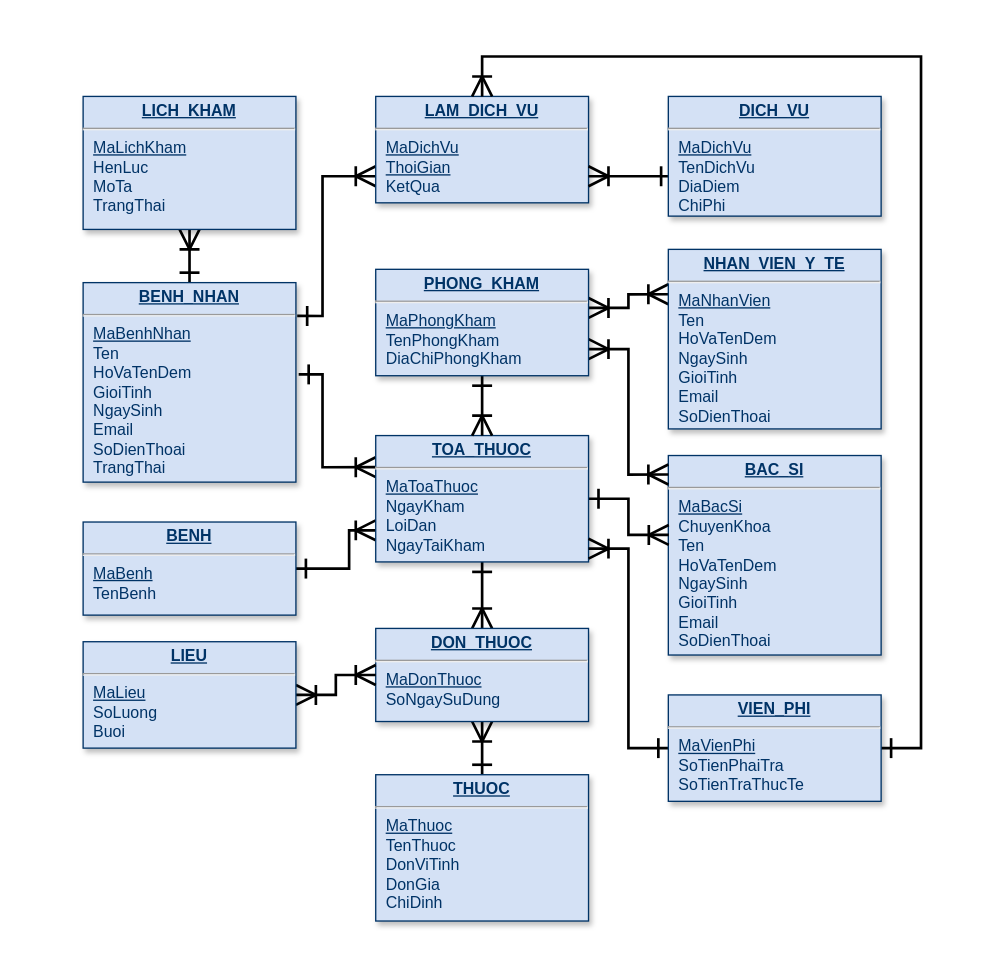
nguyentrung194/trungDev keeps this draw.io diagram as Untitled Diagram.drawio. Above is the earlier version. Source tidied: cells renumbered, new cells numbered last; positions are measured from the earlier drawing's top-left corner, leaving out a move shared by most shapes. Both pictures are drawn from the tidied source at 133%, with x=0, y=0 at pixel (82, 96).
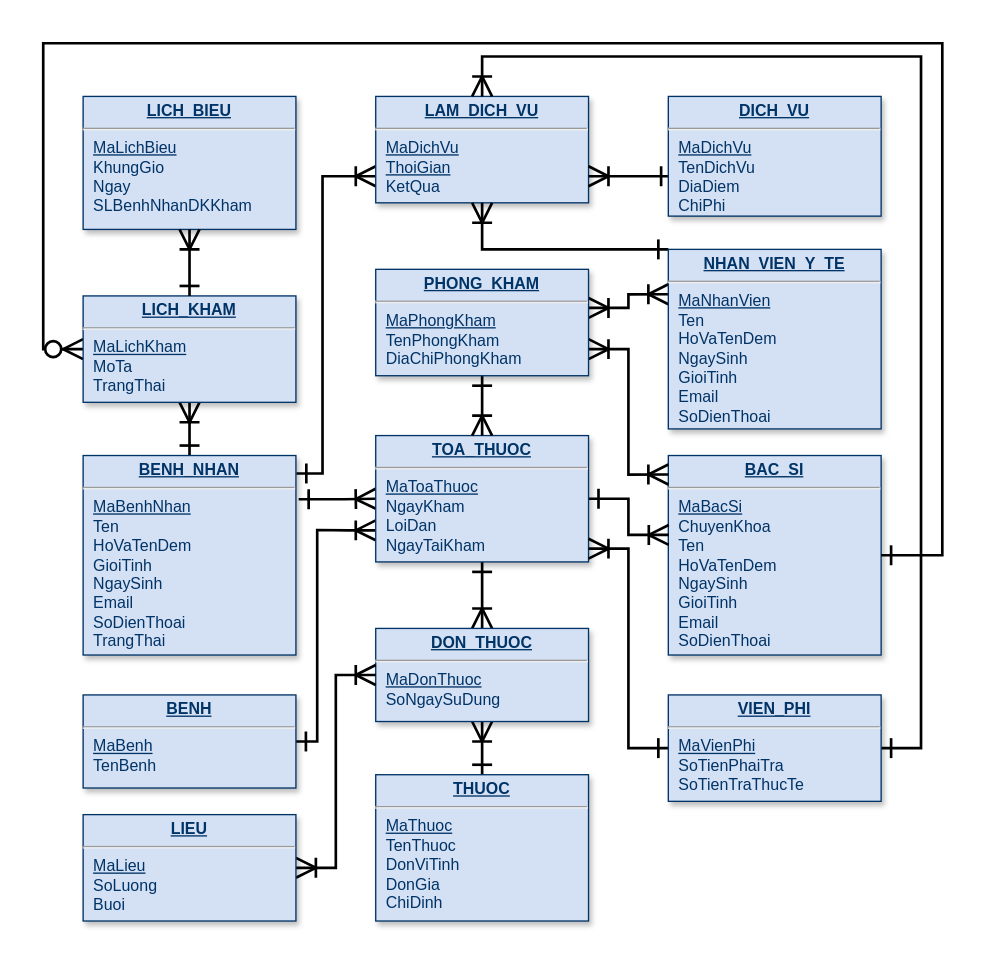
The same page after the edit.

The change refers to these unchanged cells:
```xml
<mxCell id="2" value="&lt;p style=&quot;margin: 0px ; margin-top: 4px ; text-align: center ; text-decoration: underline&quot;&gt;&lt;b&gt;BAC_SI&lt;/b&gt;&lt;/p&gt;&lt;hr&gt;&lt;p style=&quot;margin: 0px ; margin-left: 8px&quot;&gt;&lt;u&gt;MaBacSi&lt;/u&gt;&lt;/p&gt;&lt;p style=&quot;margin: 0px ; margin-left: 8px&quot;&gt;ChuyenKhoa&lt;/p&gt;&lt;p style=&quot;margin: 0px ; margin-left: 8px&quot;&gt;Ten&lt;/p&gt;&lt;p style=&quot;margin: 0px ; margin-left: 8px&quot;&gt;HoVaTenDem&lt;/p&gt;&lt;p style=&quot;margin: 0px ; margin-left: 8px&quot;&gt;NgaySinh&lt;/p&gt;&lt;p style=&quot;margin: 0px ; margin-left: 8px&quot;&gt;GioiTinh&lt;/p&gt;&lt;p style=&quot;margin: 0px ; margin-left: 8px&quot;&gt;Email&lt;/p&gt;&lt;p style=&quot;margin: 0px ; margin-left: 8px&quot;&gt;SoDienThoai&lt;/p&gt;" style="verticalAlign=top;align=left;overflow=fill;fontSize=12;fontFamily=Helvetica;html=1;strokeColor=#003366;shadow=1;fillColor=#D4E1F5;fontColor=#003366;" parent="1" vertex="1">
  <mxGeometry x="440" y="270" width="160" height="150" as="geometry" />
</mxCell>
<mxCell id="10" value="&lt;p style=&quot;margin: 0px ; margin-top: 4px ; text-align: center ; text-decoration: underline&quot;&gt;&lt;b&gt;TOA_THUOC&lt;/b&gt;&lt;/p&gt;&lt;hr&gt;&lt;p style=&quot;margin: 0px ; margin-left: 8px&quot;&gt;&lt;u&gt;MaToaThuoc&lt;/u&gt;&lt;/p&gt;&lt;p style=&quot;margin: 0px ; margin-left: 8px&quot;&gt;NgayKham&lt;/p&gt;&lt;p style=&quot;margin: 0px ; margin-left: 8px&quot;&gt;LoiDan&lt;/p&gt;&lt;p style=&quot;margin: 0px ; margin-left: 8px&quot;&gt;NgayTaiKham&lt;/p&gt;" style="verticalAlign=top;align=left;overflow=fill;fontSize=12;fontFamily=Helvetica;html=1;strokeColor=#003366;shadow=1;fillColor=#D4E1F5;fontColor=#003366;" parent="1" vertex="1">
  <mxGeometry x="220" y="255" width="160" height="95" as="geometry" />
</mxCell>
<mxCell id="16" value="&lt;p style=&quot;margin: 0px ; margin-top: 4px ; text-align: center ; text-decoration: underline&quot;&gt;&lt;b&gt;LAM_DICH_VU&lt;/b&gt;&lt;/p&gt;&lt;hr&gt;&lt;p style=&quot;margin: 0px ; margin-left: 8px&quot;&gt;&lt;u&gt;MaDichVu&lt;/u&gt;&lt;/p&gt;&lt;p style=&quot;margin: 0px ; margin-left: 8px&quot;&gt;&lt;u&gt;ThoiGian&lt;/u&gt;&lt;/p&gt;&lt;p style=&quot;margin: 0px ; margin-left: 8px&quot;&gt;KetQua&lt;/p&gt;&lt;p style=&quot;margin: 0px ; margin-left: 8px&quot;&gt;&lt;br&gt;&lt;/p&gt;" style="verticalAlign=top;align=left;overflow=fill;fontSize=12;fontFamily=Helvetica;html=1;strokeColor=#003366;shadow=1;fillColor=#D4E1F5;fontColor=#003366;" parent="1" vertex="1">
  <mxGeometry x="220" width="160" height="80" as="geometry" />
</mxCell>
<mxCell id="19" value="&lt;p style=&quot;margin: 0px ; margin-top: 4px ; text-align: center ; text-decoration: underline&quot;&gt;&lt;b&gt;NHAN_VIEN_Y_TE&lt;/b&gt;&lt;/p&gt;&lt;hr&gt;&lt;p style=&quot;margin: 0px ; margin-left: 8px&quot;&gt;&lt;u&gt;MaNhanVien&lt;/u&gt;&lt;/p&gt;&lt;p style=&quot;margin: 0px ; margin-left: 8px&quot;&gt;Ten&lt;/p&gt;&lt;p style=&quot;margin: 0px ; margin-left: 8px&quot;&gt;HoVaTenDem&lt;/p&gt;&lt;p style=&quot;margin: 0px 0px 0px 8px&quot;&gt;NgaySinh&lt;/p&gt;&lt;p style=&quot;margin: 0px 0px 0px 8px&quot;&gt;GioiTinh&lt;/p&gt;&lt;p style=&quot;margin: 0px 0px 0px 8px&quot;&gt;Email&lt;/p&gt;&lt;p style=&quot;margin: 0px 0px 0px 8px&quot;&gt;SoDienThoai&lt;/p&gt;" style="verticalAlign=top;align=left;overflow=fill;fontSize=12;fontFamily=Helvetica;html=1;strokeColor=#003366;shadow=1;fillColor=#D4E1F5;fontColor=#003366;" parent="1" vertex="1">
  <mxGeometry x="440" y="115" width="160" height="135" as="geometry" />
</mxCell>
```

Change to the diagram source:
```diff
@@
-    <mxCell id="4" style="edgeStyle=orthogonalEdgeStyle;rounded=0;jettySize=auto;html=1;exitX=1.006;exitY=0.167;exitDx=0;exitDy=0;startArrow=ERone;startFill=0;startSize=12;endArrow=ERoneToMany;endFill=0;endSize=12;strokeWidth=2;entryX=0;entryY=0.75;entryDx=0;entryDy=0;exitPerimeter=0;" parent="1" edge="1" source="6" target="16">
+    <mxCell id="4" style="edgeStyle=orthogonalEdgeStyle;rounded=0;jettySize=auto;html=1;exitX=1.002;exitY=0.09;exitDx=0;exitDy=0;startArrow=ERone;startFill=0;startSize=12;endArrow=ERoneToMany;endFill=0;endSize=12;strokeWidth=2;entryX=0;entryY=0.75;entryDx=0;entryDy=0;exitPerimeter=0;" parent="1" edge="1" source="6" target="16">
       <mxGeometry relative="1" as="geometry">
         <Array as="points">
-          <mxPoint x="180" y="165" />
+          <mxPoint x="180" y="283" />
           <mxPoint x="180" y="60" />
         </Array>
       </mxGeometry>
     </mxCell>
-    <mxCell id="5" style="edgeStyle=orthogonalEdgeStyle;rounded=0;jettySize=auto;html=1;entryX=0;entryY=0.25;entryDx=0;entryDy=0;startArrow=ERone;startFill=0;startSize=12;endArrow=ERoneToMany;endFill=0;endSize=12;strokeWidth=2;exitX=1.013;exitY=0.46;exitDx=0;exitDy=0;exitPerimeter=0;" parent="1" edge="1" source="6" target="10">
+    <mxCell id="5" style="edgeStyle=orthogonalEdgeStyle;rounded=0;jettySize=auto;html=1;entryX=0;entryY=0.5;entryDx=0;entryDy=0;startArrow=ERone;startFill=0;startSize=12;endArrow=ERoneToMany;endFill=0;endSize=12;strokeWidth=2;exitX=1.013;exitY=0.219;exitDx=0;exitDy=0;exitPerimeter=0;" parent="1" edge="1" source="6" target="10">
       <mxGeometry relative="1" as="geometry">
         <Array as="points">
-          <mxPoint x="180" y="209" />
-          <mxPoint x="180" y="279" />
+          <mxPoint x="196" y="303" />
         </Array>
       </mxGeometry>
     </mxCell>
     <mxCell id="6" value="&lt;p style=&quot;margin: 0px ; margin-top: 4px ; text-align: center ; text-decoration: underline&quot;&gt;&lt;b&gt;BENH_NHAN&lt;/b&gt;&lt;/p&gt;&lt;hr&gt;&lt;p style=&quot;margin: 0px ; margin-left: 8px&quot;&gt;&lt;u&gt;MaBenhNhan&lt;/u&gt;&lt;/p&gt;&lt;p style=&quot;margin: 0px ; margin-left: 8px&quot;&gt;Ten&lt;/p&gt;&lt;p style=&quot;margin: 0px ; margin-left: 8px&quot;&gt;HoVaTenDem&lt;/p&gt;&lt;p style=&quot;margin: 0px ; margin-left: 8px&quot;&gt;GioiTinh&lt;/p&gt;&lt;p style=&quot;margin: 0px ; margin-left: 8px&quot;&gt;NgaySinh&lt;/p&gt;&lt;p style=&quot;margin: 0px ; margin-left: 8px&quot;&gt;Email&lt;/p&gt;&lt;p style=&quot;margin: 0px ; margin-left: 8px&quot;&gt;SoDienThoai&lt;/p&gt;&lt;p style=&quot;margin: 0px ; margin-left: 8px&quot;&gt;TrangThai&lt;/p&gt;" style="verticalAlign=top;align=left;overflow=fill;fontSize=12;fontFamily=Helvetica;html=1;strokeColor=#003366;shadow=1;fillColor=#D4E1F5;fontColor=#003366;" parent="1" vertex="1">
-      <mxGeometry y="140" width="160" height="150" as="geometry" />
+      <mxGeometry y="270" width="160" height="150" as="geometry" />
     </mxCell>
@@
     <mxCell id="8" style="edgeStyle=orthogonalEdgeStyle;rounded=0;jettySize=auto;html=1;exitX=0;exitY=0.75;exitDx=0;exitDy=0;startArrow=ERoneToMany;startFill=0;startSize=12;endArrow=ERone;endFill=0;endSize=12;strokeWidth=2;entryX=1;entryY=0.5;entryDx=0;entryDy=0;" parent="1" edge="1" source="10" target="20">
       <mxGeometry relative="1" as="geometry">
         <Array as="points">
           <mxPoint x="200" y="326" />
-          <mxPoint x="200" y="355" />
+          <mxPoint x="176" y="326" />
+          <mxPoint x="176" y="485" />
         </Array>
       </mxGeometry>
     </mxCell>
@@
+    <mxCell id="29" style="edgeStyle=orthogonalEdgeStyle;rounded=0;jettySize=auto;html=1;exitX=0;exitY=0.5;exitDx=0;exitDy=0;entryX=1;entryY=0.5;entryDx=0;entryDy=0;startArrow=ERzeroToMany;startFill=1;startSize=12;endArrow=ERone;endFill=0;endSize=12;strokeWidth=2;" parent="1" edge="1" source="15" target="2">
+      <mxGeometry relative="1" as="geometry">
+        <Array as="points">
+          <mxPoint x="-30" y="190" />
+          <mxPoint x="-30" y="-40" />
+          <mxPoint x="646" y="-40" />
+          <mxPoint x="646" y="345" />
+        </Array>
+      </mxGeometry>
+    </mxCell>
-    <mxCell id="15" value="&lt;p style=&quot;margin: 0px ; margin-top: 4px ; text-align: center ; text-decoration: underline&quot;&gt;&lt;b&gt;LICH_KHAM&lt;/b&gt;&lt;/p&gt;&lt;hr&gt;&lt;p style=&quot;margin: 0px ; margin-left: 8px&quot;&gt;&lt;u&gt;MaLichKham&lt;/u&gt;&lt;/p&gt;&lt;p style=&quot;margin: 0px ; margin-left: 8px&quot;&gt;HenLuc&lt;/p&gt;&lt;p style=&quot;margin: 0px ; margin-left: 8px&quot;&gt;MoTa&lt;/p&gt;&lt;p style=&quot;margin: 0px ; margin-left: 8px&quot;&gt;TrangThai&lt;/p&gt;" style="verticalAlign=top;align=left;overflow=fill;fontSize=12;fontFamily=Helvetica;html=1;strokeColor=#003366;shadow=1;fillColor=#D4E1F5;fontColor=#003366;" parent="1" vertex="1">
-      <mxGeometry width="160" height="100" as="geometry" />
+    <mxCell id="15" value="&lt;p style=&quot;margin: 0px ; margin-top: 4px ; text-align: center ; text-decoration: underline&quot;&gt;&lt;b&gt;LICH_KHAM&lt;/b&gt;&lt;/p&gt;&lt;hr&gt;&lt;p style=&quot;margin: 0px ; margin-left: 8px&quot;&gt;&lt;u&gt;MaLichKham&lt;/u&gt;&lt;/p&gt;&lt;p style=&quot;margin: 0px ; margin-left: 8px&quot;&gt;MoTa&lt;/p&gt;&lt;p style=&quot;margin: 0px ; margin-left: 8px&quot;&gt;TrangThai&lt;/p&gt;" style="verticalAlign=top;align=left;overflow=fill;fontSize=12;fontFamily=Helvetica;html=1;strokeColor=#003366;shadow=1;fillColor=#D4E1F5;fontColor=#003366;" parent="1" vertex="1">
+      <mxGeometry y="150" width="160" height="80" as="geometry" />
     </mxCell>
@@
+    <mxCell id="30" style="edgeStyle=orthogonalEdgeStyle;rounded=0;jettySize=auto;html=1;exitX=0;exitY=0;exitDx=0;exitDy=0;entryX=0.5;entryY=1;entryDx=0;entryDy=0;strokeWidth=2;endArrow=ERoneToMany;endFill=0;endSize=12;startSize=12;startArrow=ERone;startFill=0;" parent="1" edge="1" source="19" target="16">
+      <mxGeometry relative="1" as="geometry">
+        <Array as="points">
+          <mxPoint x="300" y="115" />
+        </Array>
+      </mxGeometry>
+    </mxCell>
@@
     <mxCell id="20" value="&lt;p style=&quot;margin: 0px ; margin-top: 4px ; text-align: center ; text-decoration: underline&quot;&gt;&lt;b&gt;BENH&lt;/b&gt;&lt;/p&gt;&lt;hr&gt;&lt;p style=&quot;margin: 0px ; margin-left: 8px&quot;&gt;&lt;u&gt;MaBenh&lt;/u&gt;&lt;/p&gt;&lt;p style=&quot;margin: 0px ; margin-left: 8px&quot;&gt;TenBenh&lt;/p&gt;&lt;p style=&quot;margin: 0px ; margin-left: 8px&quot;&gt;&lt;br&gt;&lt;/p&gt;" style="verticalAlign=top;align=left;overflow=fill;fontSize=12;fontFamily=Helvetica;html=1;strokeColor=#003366;shadow=1;fillColor=#D4E1F5;fontColor=#003366;" parent="1" vertex="1">
-      <mxGeometry y="320" width="160" height="70" as="geometry" />
+      <mxGeometry y="450" width="160" height="70" as="geometry" />
     </mxCell>
@@
     <mxCell id="25" value="&lt;p style=&quot;margin: 0px ; margin-top: 4px ; text-align: center ; text-decoration: underline&quot;&gt;&lt;b&gt;LIEU&lt;/b&gt;&lt;/p&gt;&lt;hr&gt;&lt;p style=&quot;margin: 0px ; margin-left: 8px&quot;&gt;&lt;u&gt;MaLieu&lt;/u&gt;&lt;/p&gt;&lt;p style=&quot;margin: 0px ; margin-left: 8px&quot;&gt;SoLuong&lt;/p&gt;&lt;p style=&quot;margin: 0px ; margin-left: 8px&quot;&gt;Buoi&lt;/p&gt;" style="verticalAlign=top;align=left;overflow=fill;fontSize=12;fontFamily=Helvetica;html=1;strokeColor=#003366;shadow=1;fillColor=#D4E1F5;fontColor=#003366;" parent="1" vertex="1">
-      <mxGeometry y="410" width="160" height="80" as="geometry" />
+      <mxGeometry y="540" width="160" height="80" as="geometry" />
     </mxCell>
@@
+    <mxCell id="31" value="&lt;p style=&quot;margin: 0px ; margin-top: 4px ; text-align: center ; text-decoration: underline&quot;&gt;&lt;b&gt;LICH_BIEU&lt;/b&gt;&lt;/p&gt;&lt;hr&gt;&lt;p style=&quot;margin: 0px ; margin-left: 8px&quot;&gt;&lt;u&gt;MaLichBieu&lt;/u&gt;&lt;/p&gt;&lt;p style=&quot;margin: 0px ; margin-left: 8px&quot;&gt;KhungGio&lt;/p&gt;&lt;p style=&quot;margin: 0px ; margin-left: 8px&quot;&gt;Ngay&lt;/p&gt;&lt;p style=&quot;margin: 0px ; margin-left: 8px&quot;&gt;SLBenhNhanDKKham&lt;/p&gt;" style="verticalAlign=top;align=left;overflow=fill;fontSize=12;fontFamily=Helvetica;html=1;strokeColor=#003366;shadow=1;fillColor=#D4E1F5;fontColor=#003366;" parent="1" vertex="1">
+      <mxGeometry width="160" height="100" as="geometry" />
+    </mxCell>
+    <mxCell id="32" style="edgeStyle=orthogonalEdgeStyle;rounded=0;jettySize=auto;html=1;startArrow=ERone;startFill=0;startSize=12;endArrow=ERoneToMany;endFill=0;endSize=12;strokeWidth=2;entryX=0.5;entryY=1;entryDx=0;entryDy=0;exitX=0.5;exitY=0;exitDx=0;exitDy=0;" parent="1" edge="1" source="15" target="31">
+      <mxGeometry relative="1" as="geometry">
+        <Array as="points">
+          <mxPoint x="80" y="130" />
+          <mxPoint x="80" y="130" />
+        </Array>
+      </mxGeometry>
+    </mxCell>
```
